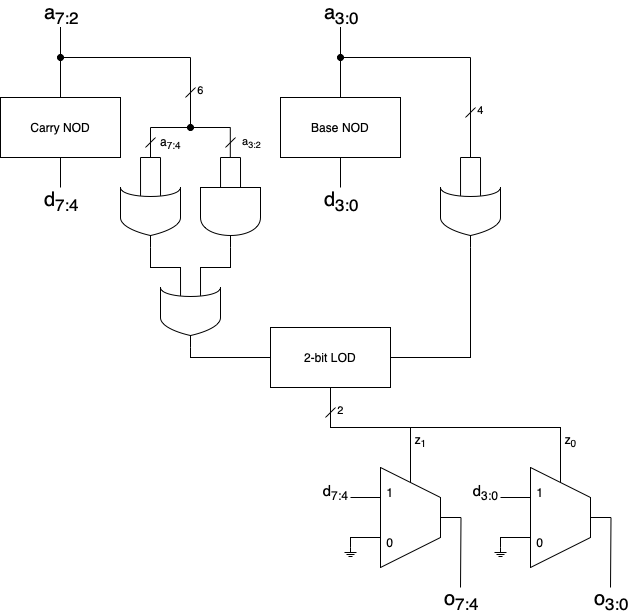
The draw.io diagram Logic Diagrams/EXACT_8BIT_NOD.png in savedbyawaif/ApproxNOD, before a commit. Source tidied: cells renumbered, new cells last; positions are measured from the earlier drawing's top-left corner, leaving out a move shared by most shapes.
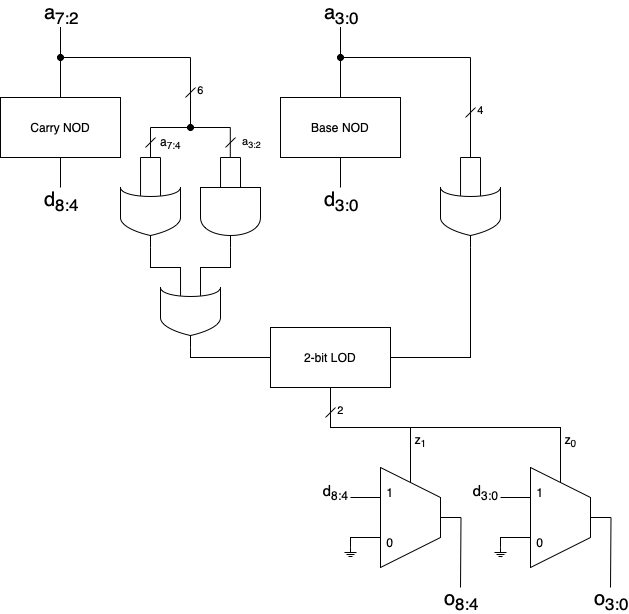
Later version of the same file.

Change to the diagram source:
```diff
@@ -49,7 +49,7 @@
         <mxPoint x="60" y="160" as="targetPoint" />
       </mxGeometry>
     </mxCell>
-    <mxCell id="13" value="&lt;font style=&quot;font-size: 20px;&quot;&gt;d&lt;sub&gt;7:4&lt;/sub&gt;&lt;/font&gt;" style="edgeLabel;html=1;align=center;verticalAlign=middle;labelBackgroundColor=none;" parent="12" vertex="1">
+    <mxCell id="13" value="&lt;font style=&quot;font-size: 20px;&quot;&gt;d&lt;sub&gt;8:4&lt;/sub&gt;&lt;/font&gt;" style="edgeLabel;html=1;align=center;verticalAlign=middle;labelBackgroundColor=none;" parent="12" vertex="1">
       <mxGeometry relative="1" as="geometry">
         <mxPoint y="28" as="offset" />
       </mxGeometry>
@@ -229,7 +229,7 @@
         <mxPoint x="460" y="560" as="targetPoint" />
       </mxGeometry>
     </mxCell>
-    <mxCell id="46" value="&lt;font&gt;&lt;sub&gt;&lt;span style=&quot;font-size: 20px;&quot;&gt;o&lt;sub&gt;7:4&lt;/sub&gt;&lt;/span&gt;&lt;/sub&gt;&lt;/font&gt;" style="edgeLabel;html=1;align=center;verticalAlign=middle;labelBackgroundColor=none;" parent="45" vertex="1">
+    <mxCell id="46" value="&lt;font&gt;&lt;sub&gt;&lt;span style=&quot;font-size: 20px;&quot;&gt;o&lt;sub&gt;8:4&lt;/sub&gt;&lt;/span&gt;&lt;/sub&gt;&lt;/font&gt;" style="edgeLabel;html=1;align=center;verticalAlign=middle;labelBackgroundColor=none;" parent="45" vertex="1">
       <mxGeometry relative="1" as="geometry">
         <mxPoint y="58" as="offset" />
       </mxGeometry>
@@ -247,7 +247,7 @@
         </Array>
       </mxGeometry>
     </mxCell>
-    <mxCell id="50" value="&lt;font style=&quot;font-size: 15px;&quot;&gt;d&lt;sub&gt;7:4&lt;/sub&gt;&lt;/font&gt;" style="text;html=1;align=center;verticalAlign=middle;strokeColor=none;fillColor=none;" parent="1" vertex="1">
+    <mxCell id="50" value="&lt;font style=&quot;font-size: 15px;&quot;&gt;d&lt;sub&gt;8:4&lt;/sub&gt;&lt;/font&gt;" style="text;html=1;align=center;verticalAlign=middle;strokeColor=none;fillColor=none;" parent="1" vertex="1">
       <mxGeometry x="310" y="450" width="50" height="30" as="geometry" />
     </mxCell>
     <mxCell id="51" value="1" style="text;strokeColor=none;align=center;fillColor=none;html=1;verticalAlign=middle;whiteSpace=wrap;rounded=0;" parent="1" vertex="1">
```
